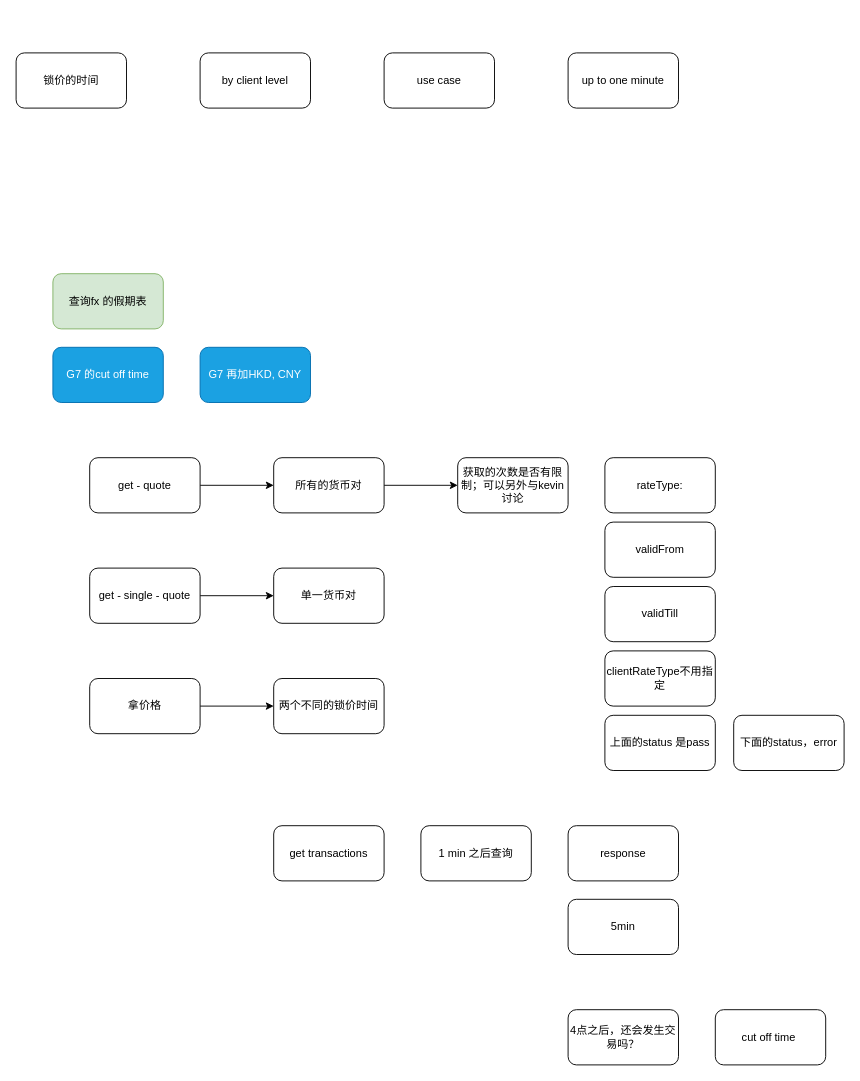
Above: LLSI/SCB fx.drawio in 0573xieguojia/To-program (draw.io), before the change. Source tidied: cells renumbered, new cells numbered last; positions are measured from the earlier drawing's top-left corner, leaving out a move shared by most shapes. Both pictures are drawn from the tidied source at 92%, with x=0, y=0 at pixel (16, 52).
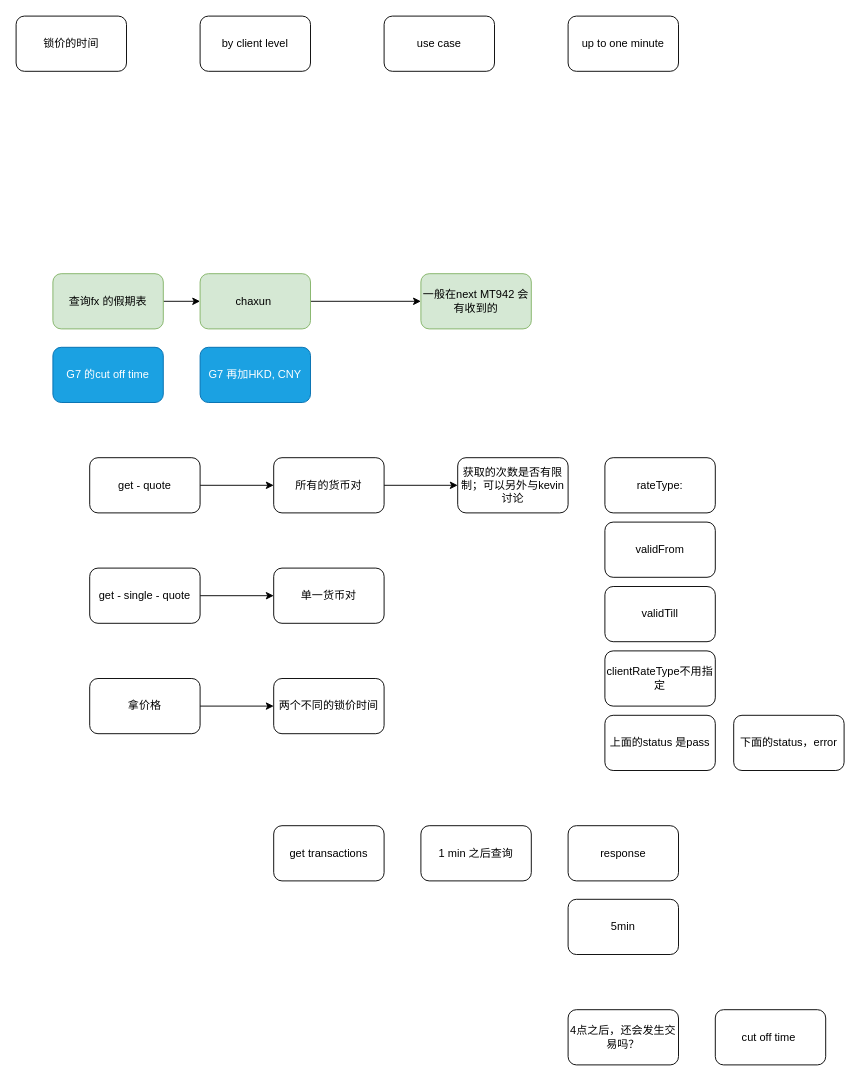
Above is the later version.

The change refers to these unchanged cells:
```xml
<mxCell id="6" value="查询fx 的假期表" style="rounded=1;whiteSpace=wrap;html=1;fillColor=#d5e8d4;strokeColor=#82b366;" parent="1" vertex="1">
  <mxGeometry x="40" y="240" width="120" height="60" as="geometry" />
</mxCell>
```

The edit, as a diff of the source:
```diff
@@
     <mxCell id="2" value="锁价的时间" style="rounded=1;whiteSpace=wrap;html=1;" parent="1" vertex="1">
-      <mxGeometry width="120" height="60" as="geometry" />
+      <mxGeometry y="-40" width="120" height="60" as="geometry" />
     </mxCell>
     <mxCell id="3" value="by client level" style="rounded=1;whiteSpace=wrap;html=1;" parent="1" vertex="1">
-      <mxGeometry x="200" width="120" height="60" as="geometry" />
+      <mxGeometry x="200" y="-40" width="120" height="60" as="geometry" />
     </mxCell>
     <mxCell id="4" value="use case" style="rounded=1;whiteSpace=wrap;html=1;" parent="1" vertex="1">
-      <mxGeometry x="400" width="120" height="60" as="geometry" />
+      <mxGeometry x="400" y="-40" width="120" height="60" as="geometry" />
     </mxCell>
     <mxCell id="5" value="up to one minute" style="rounded=1;whiteSpace=wrap;html=1;" parent="1" vertex="1">
-      <mxGeometry x="600" width="120" height="60" as="geometry" />
+      <mxGeometry x="600" y="-40" width="120" height="60" as="geometry" />
     </mxCell>
+    <mxCell id="32" style="edgeStyle=orthogonalEdgeStyle;rounded=1;jettySize=auto;html=1;" parent="1" edge="1" source="6" target="34">
+      <mxGeometry relative="1" as="geometry" />
+    </mxCell>
@@
+    <mxCell id="33" style="edgeStyle=orthogonalEdgeStyle;rounded=1;jettySize=auto;html=1;" parent="1" edge="1" source="34" target="35">
+      <mxGeometry relative="1" as="geometry" />
+    </mxCell>
+    <mxCell id="34" value="chaxun&amp;nbsp;" style="whiteSpace=wrap;html=1;fillColor=#d5e8d4;strokeColor=#82b366;rounded=1;" parent="1" vertex="1">
+      <mxGeometry x="200" y="240" width="120" height="60" as="geometry" />
+    </mxCell>
+    <mxCell id="35" value="一般在next MT942 会有收到的" style="whiteSpace=wrap;html=1;fillColor=#d5e8d4;strokeColor=#82b366;rounded=1;" parent="1" vertex="1">
+      <mxGeometry x="440" y="240" width="120" height="60" as="geometry" />
+    </mxCell>
```
